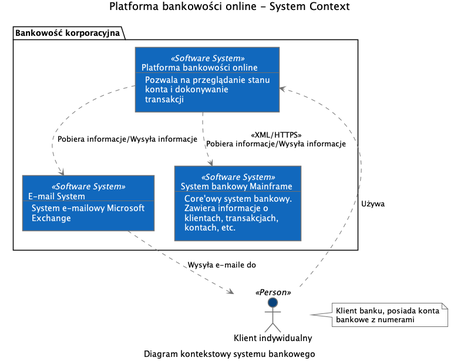
The PlantUML diagram img/c1.png in wyhasany/model-c4-generator, before a commit. Its diagram source:
```plantuml
@startuml(id=SystemContext)
scale max 2000x2000
title Platforma bankowości online - System Context
caption Diagram kontekstowy systemu bankowego

skinparam {
  shadowing false
  arrowColor #707070
  actorBorderColor #707070
  componentBorderColor #707070
  rectangleBorderColor #707070
  noteBackgroundColor #ffffff
  noteBorderColor #707070
  rectangleFontColor #ffffff
  rectangleStereotypeFontColor #ffffff
}
actor "Klient indywidualny" <<Person>> as 1 #08427b
note right of 1
  Klient banku, posiada konta
  bankowe z numerami
end note
package "Bankowość korporacyjna" {
  rectangle 4 <<Software System>> #1168bd [
    E-mail System
    --
    System e-mailowy Microsoft
    Exchange
  ]
  rectangle 2 <<Software System>> #1168bd [
    Platforma bankowości online
    --
    Pozwala na przeglądanie stanu
    konta i dokonywanie
    transakcji
  ]
  rectangle 3 <<Software System>> #1168bd [
    System bankowy Mainframe
    --
    Core'owy system bankowy.
    Zawiera informacje o
    klientach, transakcjach,
    kontach, etc.
  ]
}
4 .[#707070].> 1 : Wysyła e-maile do
1 .[#707070].> 2 : Używa
2 .[#707070].> 4 : Pobiera informacje/Wysyła informacje
2 .[#707070].> 3 : <<XML/HTTPS>>\nPobiera informacje/Wysyła informacje
@enduml
```
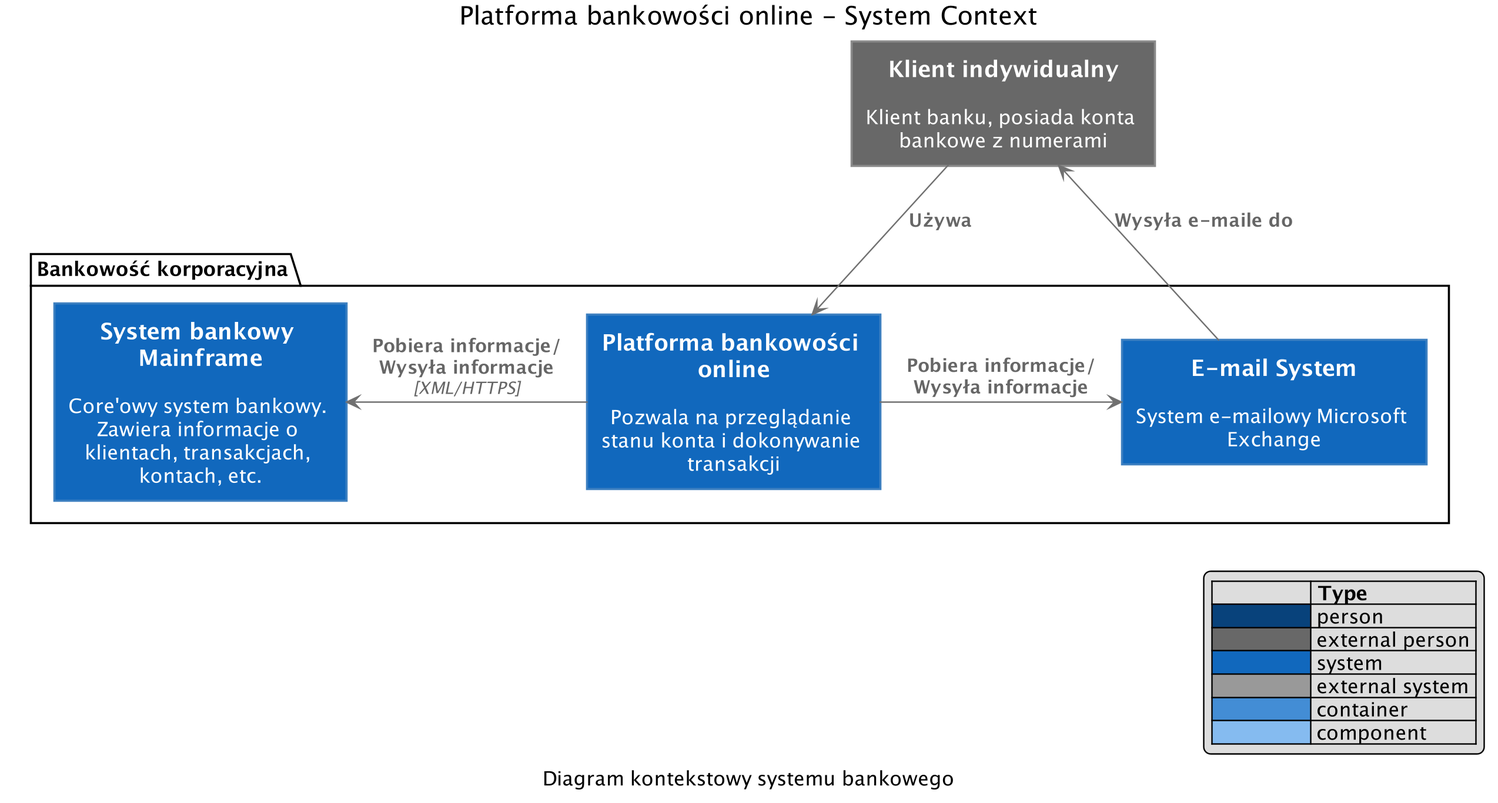
The same file after the commit.

Change to the diagram source:
```diff
@@ -1,4 +1,448 @@
 @startuml(id=SystemContext)
+
+
+
+
+
+skinparam defaultTextAlignment center
+
+skinparam wrapWidth 200
+skinparam maxMessageSize 150
+
+skinparam rectangle {
+    StereotypeFontSize 12
+    shadowing false
+}
+
+skinparam database {
+    StereotypeFontSize 12
+    shadowing false
+}
+
+skinparam Arrow {
+    Color #666666
+    FontColor #666666
+    FontSize 12
+}
+
+skinparam rectangle<<boundary>> {
+    Shadowing false
+    StereotypeFontSize 0
+    FontColor #444444
+    BorderColor #444444
+    BorderStyle dashed
+}
+
+
+
+
+
+
+
+
+
+
+
+
+
+
+
+
+
+
+
+
+
+
+skinparam defaultTextAlignment center
+
+skinparam wrapWidth 200
+skinparam maxMessageSize 150
+
+skinparam rectangle {
+    StereotypeFontSize 12
+    shadowing false
+}
+
+skinparam database {
+    StereotypeFontSize 12
+    shadowing false
+}
+
+skinparam Arrow {
+    Color #666666
+    FontColor #666666
+    FontSize 12
+}
+
+skinparam rectangle<<boundary>> {
+    Shadowing false
+    StereotypeFontSize 0
+    FontColor #444444
+    BorderColor #444444
+    BorderStyle dashed
+}
+
+
+
+
+
+
+
+
+
+
+
+
+
+
+
+
+
+
+
+
+
+
+skinparam rectangle<<person>> {
+    StereotypeFontColor #FFFFFF
+    FontColor #FFFFFF
+    BackgroundColor #08427B
+    BorderColor #073B6F
+}
+
+skinparam rectangle<<external_person>> {
+    StereotypeFontColor #FFFFFF
+    FontColor #FFFFFF
+    BackgroundColor #686868
+    BorderColor #8A8A8A
+}
+
+skinparam rectangle<<system>> {
+    StereotypeFontColor #FFFFFF
+    FontColor #FFFFFF
+    BackgroundColor #1168BD
+    BorderColor #3C7FC0
+}
+
+skinparam rectangle<<external_system>> {
+    StereotypeFontColor #FFFFFF
+    FontColor #FFFFFF
+    BackgroundColor #999999
+    BorderColor #8A8A8A
+}
+
+skinparam database<<system>> {
+    StereotypeFontColor #FFFFFF
+    FontColor #FFFFFF
+    BackgroundColor #1168BD
+    BorderColor #3C7FC0
+}
+
+skinparam database<<external_system>> {
+    StereotypeFontColor #FFFFFF
+    FontColor #FFFFFF
+    BackgroundColor #999999
+    BorderColor #8A8A8A
+}
+
+
+
+
+
+
+
+
+
+
+
+
+
+
+
+
+skinparam defaultTextAlignment center
+
+skinparam wrapWidth 200
+skinparam maxMessageSize 150
+
+skinparam rectangle {
+    StereotypeFontSize 12
+    shadowing false
+}
+
+skinparam database {
+    StereotypeFontSize 12
+    shadowing false
+}
+
+skinparam Arrow {
+    Color #666666
+    FontColor #666666
+    FontSize 12
+}
+
+skinparam rectangle<<boundary>> {
+    Shadowing false
+    StereotypeFontSize 0
+    FontColor #444444
+    BorderColor #444444
+    BorderStyle dashed
+}
+
+
+
+
+
+
+
+
+
+
+
+
+
+
+
+
+
+
+
+
+
+
+skinparam rectangle<<person>> {
+    StereotypeFontColor #FFFFFF
+    FontColor #FFFFFF
+    BackgroundColor #08427B
+    BorderColor #073B6F
+}
+
+skinparam rectangle<<external_person>> {
+    StereotypeFontColor #FFFFFF
+    FontColor #FFFFFF
+    BackgroundColor #686868
+    BorderColor #8A8A8A
+}
+
+skinparam rectangle<<system>> {
+    StereotypeFontColor #FFFFFF
+    FontColor #FFFFFF
+    BackgroundColor #1168BD
+    BorderColor #3C7FC0
+}
+
+skinparam rectangle<<external_system>> {
+    StereotypeFontColor #FFFFFF
+    FontColor #FFFFFF
+    BackgroundColor #999999
+    BorderColor #8A8A8A
+}
+
+skinparam database<<system>> {
+    StereotypeFontColor #FFFFFF
+    FontColor #FFFFFF
+    BackgroundColor #1168BD
+    BorderColor #3C7FC0
+}
+
+skinparam database<<external_system>> {
+    StereotypeFontColor #FFFFFF
+    FontColor #FFFFFF
+    BackgroundColor #999999
+    BorderColor #8A8A8A
+}
+
+
+
+
+
+
+
+
+
+
+
+
+
+
+
+
+skinparam rectangle<<container>> {
+    StereotypeFontColor #FFFFFF
+    FontColor #FFFFFF
+    BackgroundColor #438DD5
+    BorderColor #3C7FC0
+}
+
+skinparam database<<container>> {
+    StereotypeFontColor #FFFFFF
+    FontColor #FFFFFF
+    BackgroundColor #438DD5
+    BorderColor #3C7FC0
+}
+
+
+
+
+
+
+
+
+
+
+
+
+skinparam defaultTextAlignment center
+
+skinparam wrapWidth 200
+skinparam maxMessageSize 150
+
+skinparam rectangle {
+    StereotypeFontSize 12
+    shadowing false
+}
+
+skinparam database {
+    StereotypeFontSize 12
+    shadowing false
+}
+
+skinparam Arrow {
+    Color #666666
+    FontColor #666666
+    FontSize 12
+}
+
+skinparam rectangle<<boundary>> {
+    Shadowing false
+    StereotypeFontSize 0
+    FontColor #444444
+    BorderColor #444444
+    BorderStyle dashed
+}
+
+
+
+
+
+
+
+
+
+
+
+
+
+
+
+
+
+
+
+
+
+
+skinparam rectangle<<person>> {
+    StereotypeFontColor #FFFFFF
+    FontColor #FFFFFF
+    BackgroundColor #08427B
+    BorderColor #073B6F
+}
+
+skinparam rectangle<<external_person>> {
+    StereotypeFontColor #FFFFFF
+    FontColor #FFFFFF
+    BackgroundColor #686868
+    BorderColor #8A8A8A
+}
+
+skinparam rectangle<<system>> {
+    StereotypeFontColor #FFFFFF
+    FontColor #FFFFFF
+    BackgroundColor #1168BD
+    BorderColor #3C7FC0
+}
+
+skinparam rectangle<<external_system>> {
+    StereotypeFontColor #FFFFFF
+    FontColor #FFFFFF
+    BackgroundColor #999999
+    BorderColor #8A8A8A
+}
+
+skinparam database<<system>> {
+    StereotypeFontColor #FFFFFF
+    FontColor #FFFFFF
+    BackgroundColor #1168BD
+    BorderColor #3C7FC0
+}
+
+skinparam database<<external_system>> {
+    StereotypeFontColor #FFFFFF
+    FontColor #FFFFFF
+    BackgroundColor #999999
+    BorderColor #8A8A8A
+}
+
+
+
+
+
+
+
+
+
+
+
+
+
+
+
+
+skinparam rectangle<<container>> {
+    StereotypeFontColor #FFFFFF
+    FontColor #FFFFFF
+    BackgroundColor #438DD5
+    BorderColor #3C7FC0
+}
+
+skinparam database<<container>> {
+    StereotypeFontColor #FFFFFF
+    FontColor #FFFFFF
+    BackgroundColor #438DD5
+    BorderColor #3C7FC0
+}
+
+
+
+
+
+
+
+
+
+
+
+
+skinparam rectangle<<component>> {
+    StereotypeFontColor #FFFFFF
+    FontColor #000000
+    BackgroundColor #85BBF0
+    BorderColor #78A8D8
+}
+
+skinparam database<<component>> {
+    StereotypeFontColor #FFFFFF
+    FontColor #000000
+    BackgroundColor #85BBF0
+    BorderColor #78A8D8
+}
+
+
+
+
+
 scale max 2000x2000
 title Platforma bankowości online - System Context
 caption Diagram kontekstowy systemu bankowego
@@ -14,36 +458,24 @@
   rectangleFontColor #ffffff
   rectangleStereotypeFontColor #ffffff
 }
-actor "Klient indywidualny" <<Person>> as 1 #08427b
-note right of 1
-  Klient banku, posiada konta
-  bankowe z numerami
-end note
+rectangle "==Klient indywidualny\n\n Klient banku, posiada konta bankowe z numerami" <<external_person>> as 1
 package "Bankowość korporacyjna" {
-  rectangle 4 <<Software System>> #1168bd [
-    E-mail System
-    --
-    System e-mailowy Microsoft
-    Exchange
-  ]
-  rectangle 2 <<Software System>> #1168bd [
-    Platforma bankowości online
-    --
-    Pozwala na przeglądanie stanu
-    konta i dokonywanie
-    transakcji
-  ]
-  rectangle 3 <<Software System>> #1168bd [
-    System bankowy Mainframe
-    --
-    Core'owy system bankowy.
-    Zawiera informacje o
-    klientach, transakcjach,
-    kontach, etc.
-  ]
+  rectangle "==E-mail System\n\n System e-mailowy Microsoft Exchange" <<system>> as 4
+  rectangle "==Platforma bankowości online\n\n Pozwala na przeglądanie stanu konta i dokonywanie transakcji" <<system>> as 2
+  rectangle "==System bankowy Mainframe\n\n Core'owy system bankowy. Zawiera informacje o klientach, transakcjach, kontach, etc." <<system>> as 3
 }
-4 .[#707070].> 1 : Wysyła e-maile do
-1 .[#707070].> 2 : Używa
-2 .[#707070].> 4 : Pobiera informacje/Wysyła informacje
-2 .[#707070].> 3 : <<XML/HTTPS>>\nPobiera informacje/Wysyła informacje
+4 -UP-> 1 : "===Wysyła e-maile do"
+1 -DOWN-> 2 : "===Używa"
+2 -RIGHT-> 4 : "===Pobiera informacje/Wysyła informacje"
+2 -LEFT-> 3 : "===Pobiera informacje/Wysyła informacje\n//<size:12>[XML/HTTPS]</size>//"
+hide stereotype
+legend right
+|=              |= Type |
+|<#08427B>      | person |
+|<#686868>      | external person |
+|<#1168BD>   | system |
+|<#999999>      | external system |
+|<#438DD5>   | container |
+|<#85BBF0>   | component |
+endlegend
 @enduml
```
